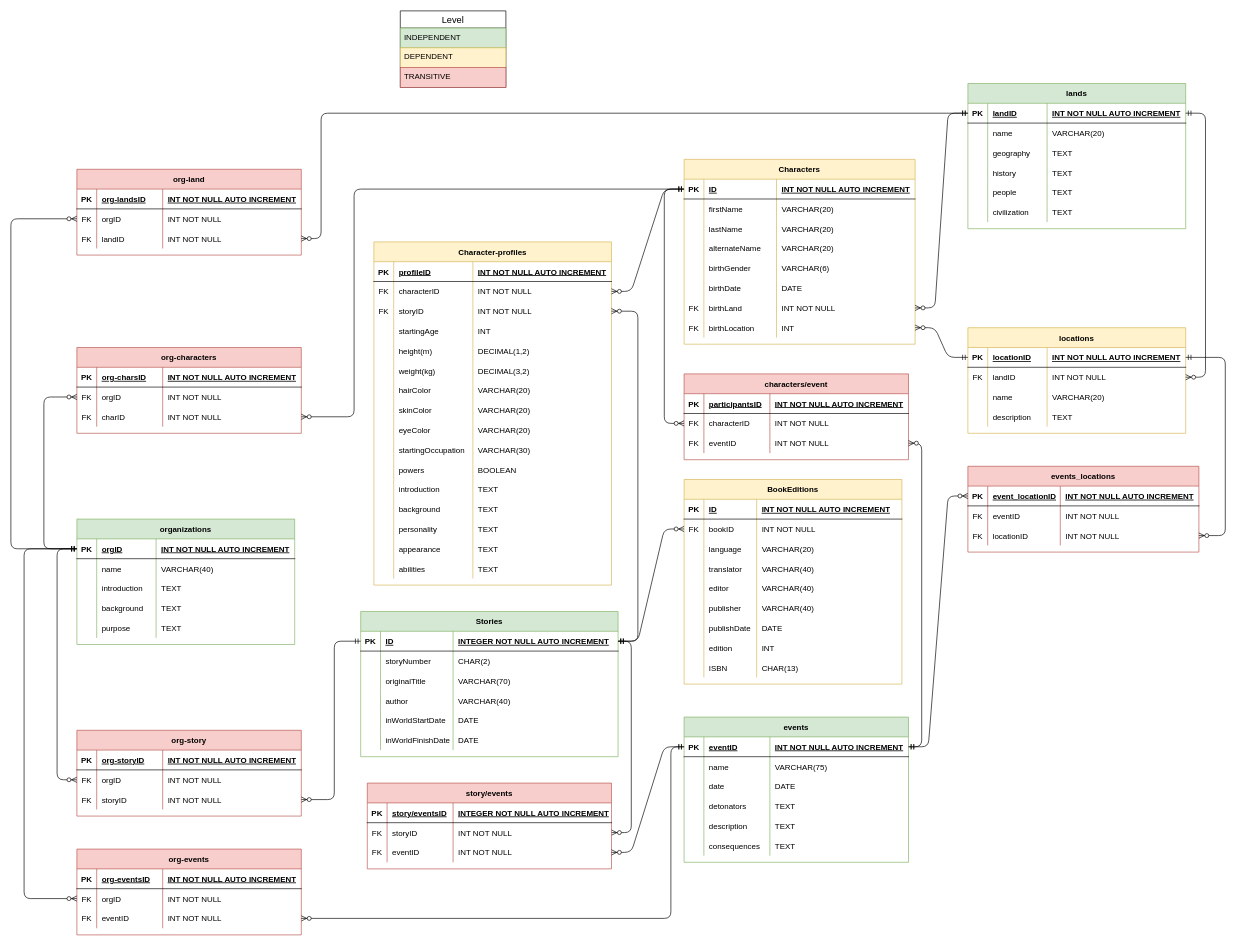
Above: hurdles-database.drawio in mistofjoy/hurdles-database (draw.io), before the change. Source tidied: cells renumbered, new cells numbered last; positions are measured from the earlier drawing's top-left corner, leaving out a move shared by most shapes. Both pictures are drawn from the tidied source at 66%, with x=0, y=0 at pixel (11, 11).
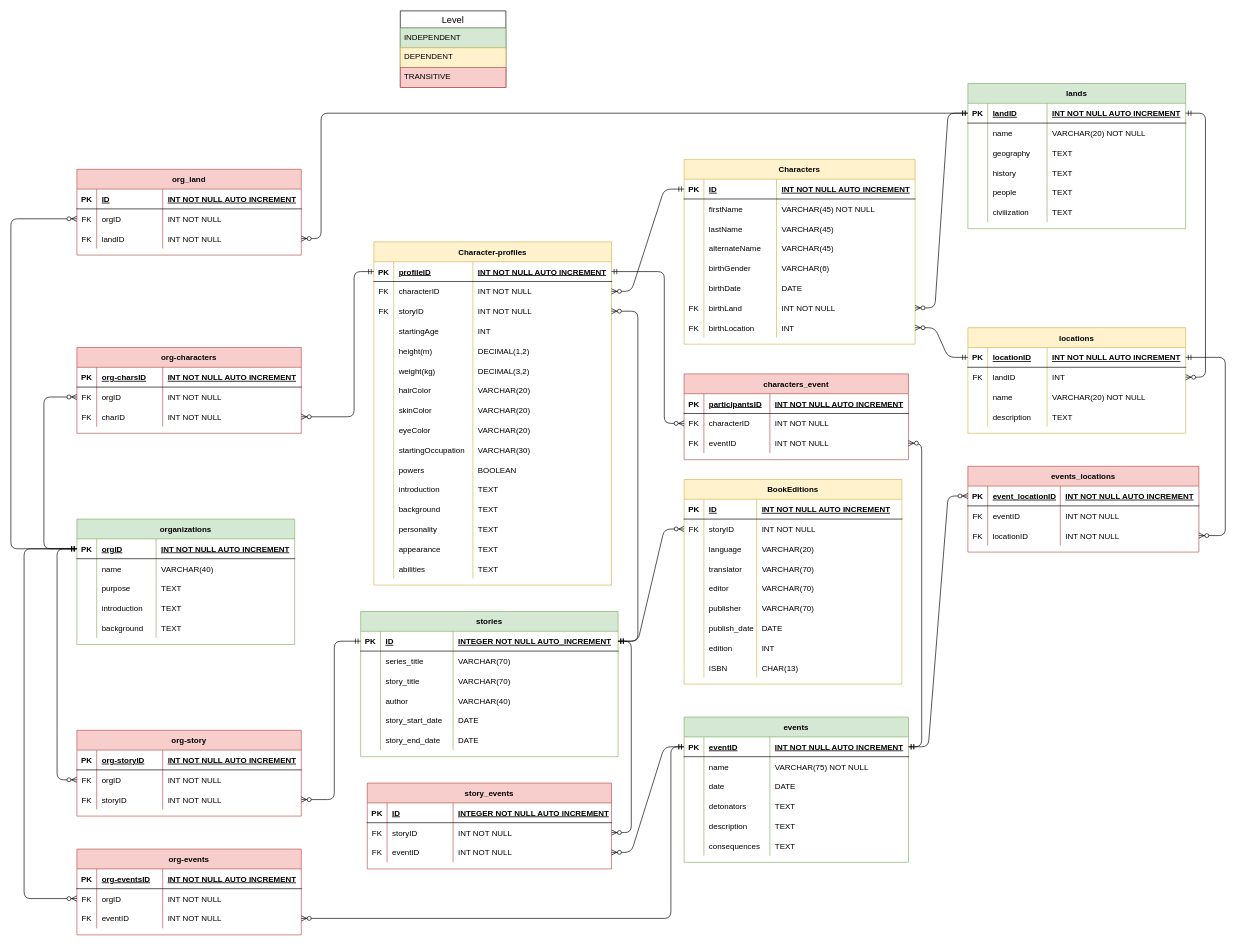
After the change.

The change refers to these unchanged cells:
```xml
<mxCell id="3" style="shape=partialRectangle;fillColor=none;top=0;left=0;bottom=1;right=0;points=[[0,0.5],[1,0.5]];portConstraint=eastwest;" parent="2" vertex="1">
  <mxGeometry y="30" width="350" height="30" as="geometry" />
</mxCell>
<mxCell id="7" style="shape=partialRectangle;fillColor=none;top=0;left=0;bottom=0;right=0;" parent="2" vertex="1">
  <mxGeometry y="60" width="350" height="30" as="geometry" />
</mxCell>
<mxCell id="11" style="shape=partialRectangle;fillColor=none;top=0;left=0;bottom=0;right=0;" parent="2" vertex="1">
  <mxGeometry y="90" width="350" height="30" as="geometry" />
</mxCell>
<mxCell id="15" style="shape=partialRectangle;fillColor=none;top=0;left=0;bottom=0;right=0;" parent="2" vertex="1">
  <mxGeometry y="120" width="350" height="30" as="geometry" />
</mxCell>
<mxCell id="36" style="shape=partialRectangle;fillColor=none;top=0;left=0;bottom=1;right=0;points=[[0,0.5],[1,0.5]];portConstraint=eastwest;" parent="35" vertex="1">
  <mxGeometry y="30" width="390" height="30" as="geometry" />
</mxCell>
<mxCell id="40" style="shape=partialRectangle;fillColor=none;top=0;left=0;bottom=0;right=0;" parent="35" vertex="1">
  <mxGeometry y="60" width="390" height="30" as="geometry" />
</mxCell>
<mxCell id="44" style="shape=partialRectangle;fillColor=none;top=0;left=0;bottom=0;right=0;" parent="35" vertex="1">
  <mxGeometry y="90" width="390" height="30" as="geometry" />
</mxCell>
<mxCell id="52" style="shape=partialRectangle;fillColor=none;top=0;left=0;bottom=0;right=0;" parent="35" vertex="1">
  <mxGeometry y="150" width="390" height="30" as="geometry" />
</mxCell>
<mxCell id="56" style="shape=partialRectangle;fillColor=none;top=0;left=0;bottom=0;right=0;" parent="35" vertex="1">
  <mxGeometry y="180" width="390" height="30" as="geometry" />
</mxCell>
<mxCell id="65" style="shape=partialRectangle;fillColor=none;top=0;left=0;bottom=0;right=0;points=[[0,0.5],[1,0.5]];portConstraint=eastwest;" parent="60" vertex="1">
  <mxGeometry y="60" width="330" height="30" as="geometry" />
</mxCell>
<mxCell id="73" style="shape=partialRectangle;fillColor=none;top=0;left=0;bottom=0;right=0;" parent="60" vertex="1">
  <mxGeometry y="120" width="330" height="30" as="geometry" />
</mxCell>
<mxCell id="77" style="shape=partialRectangle;fillColor=none;top=0;left=0;bottom=0;right=0;" parent="60" vertex="1">
  <mxGeometry y="150" width="330" height="30" as="geometry" />
</mxCell>
<mxCell id="81" style="shape=partialRectangle;fillColor=none;top=0;left=0;bottom=0;right=0;" parent="60" vertex="1">
  <mxGeometry y="180" width="330" height="30" as="geometry" />
</mxCell>
<mxCell id="85" style="shape=partialRectangle;fillColor=none;top=0;left=0;bottom=0;right=0;" parent="60" vertex="1">
  <mxGeometry y="210" width="330" height="30" as="geometry" />
</mxCell>
<mxCell id="99" style="shape=partialRectangle;fillColor=none;top=0;left=0;bottom=1;right=0;points=[[0,0.5],[1,0.5]];portConstraint=eastwest;" parent="98" vertex="1">
  <mxGeometry y="30" width="360" height="30" as="geometry" />
</mxCell>
<mxCell id="169" style="shape=partialRectangle;fillColor=none;top=0;left=0;bottom=0;right=0;" parent="164" vertex="1">
  <mxGeometry y="60" width="340" height="30" as="geometry" />
</mxCell>
<mxCell id="195" style="shape=partialRectangle;fillColor=none;top=0;left=0;bottom=0;right=0;points=[[0,0.5],[1,0.5]];portConstraint=eastwest;" parent="190" vertex="1">
  <mxGeometry y="60" width="340" height="30" as="geometry" />
</mxCell>
<mxCell id="215" style="shape=partialRectangle;fillColor=none;top=0;left=0;bottom=0;right=0;points=[[0,0.5],[1,0.5]];portConstraint=eastwest;" parent="210" vertex="1">
  <mxGeometry y="60" width="330" height="30" as="geometry" />
</mxCell>
<mxCell id="219" style="shape=partialRectangle;fillColor=none;top=0;left=0;bottom=0;right=0;" parent="210" vertex="1">
  <mxGeometry y="90" width="330" height="30" as="geometry" />
</mxCell>
<mxCell id="232" style="shape=partialRectangle;fillColor=none;top=0;left=0;bottom=0;right=0;" parent="227" vertex="1">
  <mxGeometry y="60" width="330" height="30" as="geometry" />
</mxCell>
<mxCell id="256" style="shape=partialRectangle;fillColor=none;top=0;left=0;bottom=1;right=0;" parent="255" vertex="1">
  <mxGeometry y="30" width="370" height="30" as="geometry" />
</mxCell>
<mxCell id="284" value="organizations" style="shape=table;startSize=30;childLayout=tableLayout;rowLines=0;fontStyle=1;align=center;fillColor=#d5e8d4;strokeColor=#82b366;" parent="1" vertex="1">
  <mxGeometry x="100" y="770" width="330" height="190" as="geometry" />
</mxCell>
<mxCell id="344" style="shape=partialRectangle;fillColor=none;top=0;left=0;bottom=0;right=0;points=[[0,0.5],[1,0.5]];portConstraint=eastwest;" parent="335" vertex="1">
  <mxGeometry y="90" width="340" height="30" as="geometry" />
</mxCell>
<mxCell id="349" style="shape=partialRectangle;fillColor=none;top=0;left=0;bottom=1;right=0;" parent="348" vertex="1">
  <mxGeometry y="30" width="340" height="30" as="geometry" />
</mxCell>
```

The edit, as a diff of the source:
```diff
@@
-    <mxCell id="10" value="VARCHAR(20)" style="shape=partialRectangle;fillColor=none;top=0;left=0;bottom=0;right=0;align=left;spacingLeft=6;overflow=hidden;" parent="7" vertex="1">
+    <mxCell id="10" value="VARCHAR(45) NOT NULL" style="shape=partialRectangle;fillColor=none;top=0;left=0;bottom=0;right=0;align=left;spacingLeft=6;overflow=hidden;" parent="7" vertex="1">
       <mxGeometry x="140" width="210" height="30" as="geometry" />
     </mxCell>
@@
-    <mxCell id="14" value="VARCHAR(20)" style="shape=partialRectangle;fillColor=none;top=0;left=0;bottom=0;right=0;align=left;spacingLeft=6;overflow=hidden;" parent="11" vertex="1">
+    <mxCell id="14" value="VARCHAR(45)" style="shape=partialRectangle;fillColor=none;top=0;left=0;bottom=0;right=0;align=left;spacingLeft=6;overflow=hidden;" parent="11" vertex="1">
       <mxGeometry x="140" width="210" height="30" as="geometry" />
     </mxCell>
@@
-    <mxCell id="18" value="VARCHAR(20)" style="shape=partialRectangle;fillColor=none;top=0;left=0;bottom=0;right=0;align=left;spacingLeft=6;overflow=hidden;" parent="15" vertex="1">
+    <mxCell id="18" value="VARCHAR(45)" style="shape=partialRectangle;fillColor=none;top=0;left=0;bottom=0;right=0;align=left;spacingLeft=6;overflow=hidden;" parent="15" vertex="1">
       <mxGeometry x="140" width="210" height="30" as="geometry" />
     </mxCell>
@@
-    <mxCell id="35" value="Stories" style="shape=table;startSize=30;childLayout=tableLayout;rowLines=0;fontStyle=1;align=center;fillColor=#d5e8d4;strokeColor=#82b366;" parent="1" vertex="1">
+    <mxCell id="35" value="stories" style="shape=table;startSize=30;childLayout=tableLayout;rowLines=0;fontStyle=1;align=center;fillColor=#d5e8d4;strokeColor=#82b366;" parent="1" vertex="1">
       <mxGeometry x="530" y="910" width="390" height="220" as="geometry" />
     </mxCell>
@@
-    <mxCell id="39" value="INTEGER NOT NULL AUTO INCREMENT" style="shape=partialRectangle;fillColor=none;top=0;left=0;bottom=0;right=0;align=left;spacingLeft=6;fontStyle=5;overflow=hidden;" parent="36" vertex="1">
+    <mxCell id="39" value="INTEGER NOT NULL AUTO_INCREMENT" style="shape=partialRectangle;fillColor=none;top=0;left=0;bottom=0;right=0;align=left;spacingLeft=6;fontStyle=5;overflow=hidden;" parent="36" vertex="1">
       <mxGeometry x="140" width="250" height="30" as="geometry" />
     </mxCell>
@@
-    <mxCell id="42" value="storyNumber" style="shape=partialRectangle;fillColor=none;top=0;left=0;bottom=0;right=0;align=left;spacingLeft=6;overflow=hidden;" parent="40" vertex="1">
-      <mxGeometry x="30" width="110" height="30" as="geometry" />
-    </mxCell>
-    <mxCell id="43" value="CHAR(2)" style="shape=partialRectangle;fillColor=none;top=0;left=0;bottom=0;right=0;align=left;spacingLeft=6;overflow=hidden;" parent="40" vertex="1">
-      <mxGeometry x="140" width="250" height="30" as="geometry" />
-    </mxCell>
+    <mxCell id="365" value="series_title" style="shape=partialRectangle;fillColor=none;top=0;left=0;bottom=0;right=0;align=left;spacingLeft=6;overflow=hidden;" parent="40" vertex="1">
+      <mxGeometry x="30" width="110" height="30" as="geometry" />
+    </mxCell>
+    <mxCell id="366" value="VARCHAR(70)" style="shape=partialRectangle;fillColor=none;top=0;left=0;bottom=0;right=0;align=left;spacingLeft=6;overflow=hidden;" parent="40" vertex="1">
+      <mxGeometry x="140" width="250" height="30" as="geometry" />
+    </mxCell>
@@
-    <mxCell id="46" value="originalTitle" style="shape=partialRectangle;fillColor=none;top=0;left=0;bottom=0;right=0;align=left;spacingLeft=6;overflow=hidden;" parent="44" vertex="1">
+    <mxCell id="46" value="story_title" style="shape=partialRectangle;fillColor=none;top=0;left=0;bottom=0;right=0;align=left;spacingLeft=6;overflow=hidden;" parent="44" vertex="1">
       <mxGeometry x="30" width="110" height="30" as="geometry" />
     </mxCell>
@@
-    <mxCell id="54" value="inWorldStartDate" style="shape=partialRectangle;fillColor=none;top=0;left=0;bottom=0;right=0;align=left;spacingLeft=6;overflow=hidden;" parent="52" vertex="1">
+    <mxCell id="54" value="story_start_date" style="shape=partialRectangle;fillColor=none;top=0;left=0;bottom=0;right=0;align=left;spacingLeft=6;overflow=hidden;" parent="52" vertex="1">
       <mxGeometry x="30" width="110" height="30" as="geometry" />
     </mxCell>
@@
-    <mxCell id="58" value="inWorldFinishDate" style="shape=partialRectangle;fillColor=none;top=0;left=0;bottom=0;right=0;align=left;spacingLeft=6;overflow=hidden;" parent="56" vertex="1">
+    <mxCell id="58" value="story_end_date" style="shape=partialRectangle;fillColor=none;top=0;left=0;bottom=0;right=0;align=left;spacingLeft=6;overflow=hidden;" parent="56" vertex="1">
       <mxGeometry x="30" width="110" height="30" as="geometry" />
     </mxCell>
@@
-    <mxCell id="67" value="bookID" style="shape=partialRectangle;fillColor=none;top=0;left=0;bottom=0;right=0;align=left;spacingLeft=6;overflow=hidden;" parent="65" vertex="1">
+    <mxCell id="67" value="storyID" style="shape=partialRectangle;fillColor=none;top=0;left=0;bottom=0;right=0;align=left;spacingLeft=6;overflow=hidden;" parent="65" vertex="1">
       <mxGeometry x="30" width="80" height="30" as="geometry" />
     </mxCell>
@@
-    <mxCell id="76" value="VARCHAR(40)" style="shape=partialRectangle;fillColor=none;top=0;left=0;bottom=0;right=0;align=left;spacingLeft=6;overflow=hidden;" parent="73" vertex="1">
+    <mxCell id="76" value="VARCHAR(70)" style="shape=partialRectangle;fillColor=none;top=0;left=0;bottom=0;right=0;align=left;spacingLeft=6;overflow=hidden;" parent="73" vertex="1">
       <mxGeometry x="110" width="220" height="30" as="geometry" />
     </mxCell>
@@
-    <mxCell id="80" value="VARCHAR(40)" style="shape=partialRectangle;fillColor=none;top=0;left=0;bottom=0;right=0;align=left;spacingLeft=6;overflow=hidden;" parent="77" vertex="1">
+    <mxCell id="80" value="VARCHAR(70)" style="shape=partialRectangle;fillColor=none;top=0;left=0;bottom=0;right=0;align=left;spacingLeft=6;overflow=hidden;" parent="77" vertex="1">
       <mxGeometry x="110" width="220" height="30" as="geometry" />
     </mxCell>
@@
-    <mxCell id="84" value="VARCHAR(40)" style="shape=partialRectangle;fillColor=none;top=0;left=0;bottom=0;right=0;align=left;spacingLeft=6;overflow=hidden;" parent="81" vertex="1">
+    <mxCell id="84" value="VARCHAR(70)" style="shape=partialRectangle;fillColor=none;top=0;left=0;bottom=0;right=0;align=left;spacingLeft=6;overflow=hidden;" parent="81" vertex="1">
       <mxGeometry x="110" width="220" height="30" as="geometry" />
     </mxCell>
@@
-    <mxCell id="87" value="publishDate" style="shape=partialRectangle;fillColor=none;top=0;left=0;bottom=0;right=0;align=left;spacingLeft=6;overflow=hidden;" parent="85" vertex="1">
+    <mxCell id="87" value="publish_date" style="shape=partialRectangle;fillColor=none;top=0;left=0;bottom=0;right=0;align=left;spacingLeft=6;overflow=hidden;" parent="85" vertex="1">
       <mxGeometry x="30" width="80" height="30" as="geometry" />
     </mxCell>
@@
-    <mxCell id="172" value="VARCHAR(75)" style="shape=partialRectangle;fillColor=none;top=0;left=0;bottom=0;right=0;align=left;spacingLeft=6;overflow=hidden;" parent="169" vertex="1">
+    <mxCell id="172" value="VARCHAR(75) NOT NULL" style="shape=partialRectangle;fillColor=none;top=0;left=0;bottom=0;right=0;align=left;spacingLeft=6;overflow=hidden;" parent="169" vertex="1">
       <mxGeometry x="130" width="210" height="30" as="geometry" />
     </mxCell>
@@
-    <mxCell id="190" value="characters/event" style="shape=table;startSize=30;childLayout=tableLayout;rowLines=0;fontStyle=1;align=center;fillColor=#f8cecc;strokeColor=#b85450;" parent="1" vertex="1">
+    <mxCell id="190" value="characters_event" style="shape=table;startSize=30;childLayout=tableLayout;rowLines=0;fontStyle=1;align=center;fillColor=#f8cecc;strokeColor=#b85450;" parent="1" vertex="1">
       <mxGeometry x="1020" y="550" width="340" height="130" as="geometry" />
     </mxCell>
@@
-    <mxCell id="208" style="edgeStyle=orthogonalEdgeStyle;fontSize=12;html=1;endArrow=ERzeroToMany;startArrow=ERmandOne;exitX=0;exitY=0.5;exitDx=0;exitDy=0;entryX=0;entryY=0.5;entryDx=0;entryDy=0;" parent="1" edge="1" source="3" target="195">
+    <mxCell id="208" style="edgeStyle=orthogonalEdgeStyle;fontSize=12;html=1;endArrow=ERzeroToMany;startArrow=ERmandOne;exitX=1;exitY=0.5;exitDx=0;exitDy=0;entryX=0;entryY=0.5;entryDx=0;entryDy=0;" parent="1" edge="1" source="99" target="195">
       <mxGeometry relative="1" as="geometry">
         <Array as="points">
-          <mxPoint x="990" y="270" />
+          <mxPoint x="990" y="395" />
           <mxPoint x="990" y="625" />
         </Array>
       </mxGeometry>
     </mxCell>
@@
-    <mxCell id="218" value="INT NOT NULL" style="shape=partialRectangle;fillColor=none;top=0;left=0;bottom=0;right=0;align=left;spacingLeft=6;overflow=hidden;" parent="215" vertex="1">
+    <mxCell id="218" value="INT" style="shape=partialRectangle;fillColor=none;top=0;left=0;bottom=0;right=0;align=left;spacingLeft=6;overflow=hidden;" parent="215" vertex="1">
       <mxGeometry x="120" width="210" height="30" as="geometry" />
     </mxCell>
@@
-    <mxCell id="222" value="VARCHAR(20)" style="shape=partialRectangle;fillColor=none;top=0;left=0;bottom=0;right=0;align=left;spacingLeft=6;overflow=hidden;" parent="219" vertex="1">
+    <mxCell id="222" value="VARCHAR(20) NOT NULL" style="shape=partialRectangle;fillColor=none;top=0;left=0;bottom=0;right=0;align=left;spacingLeft=6;overflow=hidden;" parent="219" vertex="1">
       <mxGeometry x="120" width="210" height="30" as="geometry" />
     </mxCell>
@@
-    <mxCell id="235" value="VARCHAR(20)" style="shape=partialRectangle;fillColor=none;top=0;left=0;bottom=0;right=0;align=left;spacingLeft=6;overflow=hidden;" parent="232" vertex="1">
+    <mxCell id="235" value="VARCHAR(20) NOT NULL" style="shape=partialRectangle;fillColor=none;top=0;left=0;bottom=0;right=0;align=left;spacingLeft=6;overflow=hidden;" parent="232" vertex="1">
       <mxGeometry x="120" width="210" height="30" as="geometry" />
     </mxCell>
@@
-    <mxCell id="255" value="story/events" style="shape=table;startSize=30;childLayout=tableLayout;rowLines=0;fontStyle=1;align=center;fillColor=#f8cecc;strokeColor=#b85450;" parent="1" vertex="1">
+    <mxCell id="255" value="story_events" style="shape=table;startSize=30;childLayout=tableLayout;rowLines=0;fontStyle=1;align=center;fillColor=#f8cecc;strokeColor=#b85450;" parent="1" vertex="1">
       <mxGeometry x="540" y="1170" width="370" height="130" as="geometry" />
     </mxCell>
@@
-    <mxCell id="258" value="story/eventsID" style="shape=partialRectangle;fillColor=none;top=0;left=0;bottom=0;right=0;align=left;spacingLeft=6;fontStyle=5;overflow=hidden;" parent="256" vertex="1">
+    <mxCell id="258" value="ID" style="shape=partialRectangle;fillColor=none;top=0;left=0;bottom=0;right=0;align=left;spacingLeft=6;fontStyle=5;overflow=hidden;" parent="256" vertex="1">
       <mxGeometry x="30" width="100" height="30" as="geometry" />
     </mxCell>
@@
+    <mxCell id="301" style="shape=partialRectangle;fillColor=none;top=0;left=0;bottom=0;right=0;" parent="284" vertex="1">
+      <mxGeometry y="90" width="330" height="30" as="geometry" />
+    </mxCell>
+    <mxCell id="302" style="shape=partialRectangle;fillColor=none;top=0;left=0;bottom=0;right=0;overflow=hidden;" parent="301" vertex="1">
+      <mxGeometry width="30" height="30" as="geometry" />
+    </mxCell>
+    <mxCell id="303" value="purpose" style="shape=partialRectangle;fillColor=none;top=0;left=0;bottom=0;right=0;align=left;spacingLeft=6;overflow=hidden;" parent="301" vertex="1">
+      <mxGeometry x="30" width="90" height="30" as="geometry" />
+    </mxCell>
+    <mxCell id="304" value="TEXT" style="shape=partialRectangle;fillColor=none;top=0;left=0;bottom=0;right=0;align=left;spacingLeft=6;overflow=hidden;" parent="301" vertex="1">
+      <mxGeometry x="120" width="210" height="30" as="geometry" />
+    </mxCell>
     <mxCell id="293" style="shape=partialRectangle;fillColor=none;top=0;left=0;bottom=0;right=0;" parent="284" vertex="1">
-      <mxGeometry y="90" width="330" height="30" as="geometry" />
+      <mxGeometry y="120" width="330" height="30" as="geometry" />
     </mxCell>
@@
     <mxCell id="297" style="shape=partialRectangle;fillColor=none;top=0;left=0;bottom=0;right=0;" parent="284" vertex="1">
-      <mxGeometry y="120" width="330" height="30" as="geometry" />
+      <mxGeometry y="150" width="330" height="30" as="geometry" />
     </mxCell>
@@
-    <mxCell id="301" style="shape=partialRectangle;fillColor=none;top=0;left=0;bottom=0;right=0;" parent="284" vertex="1">
-      <mxGeometry y="150" width="330" height="30" as="geometry" />
-    </mxCell>
-    <mxCell id="302" style="shape=partialRectangle;fillColor=none;top=0;left=0;bottom=0;right=0;overflow=hidden;" parent="301" vertex="1">
-      <mxGeometry width="30" height="30" as="geometry" />
-    </mxCell>
-    <mxCell id="303" value="purpose" style="shape=partialRectangle;fillColor=none;top=0;left=0;bottom=0;right=0;align=left;spacingLeft=6;overflow=hidden;" parent="301" vertex="1">
-      <mxGeometry x="30" width="90" height="30" as="geometry" />
-    </mxCell>
-    <mxCell id="304" value="TEXT" style="shape=partialRectangle;fillColor=none;top=0;left=0;bottom=0;right=0;align=left;spacingLeft=6;overflow=hidden;" parent="301" vertex="1">
-      <mxGeometry x="120" width="210" height="30" as="geometry" />
-    </mxCell>
@@
-    <mxCell id="348" value="org-land" style="shape=table;startSize=30;childLayout=tableLayout;rowLines=0;fontStyle=1;align=center;fillColor=#f8cecc;strokeColor=#b85450;" parent="1" vertex="1">
+    <mxCell id="348" value="org_land" style="shape=table;startSize=30;childLayout=tableLayout;rowLines=0;fontStyle=1;align=center;fillColor=#f8cecc;strokeColor=#b85450;" parent="1" vertex="1">
       <mxGeometry x="100" y="240" width="340" height="130" as="geometry" />
     </mxCell>
@@
-    <mxCell id="351" value="org-landsID" style="shape=partialRectangle;fillColor=none;top=0;left=0;bottom=0;right=0;align=left;spacingLeft=6;fontStyle=5;overflow=hidden;" parent="349" vertex="1">
+    <mxCell id="351" value="ID" style="shape=partialRectangle;fillColor=none;top=0;left=0;bottom=0;right=0;align=left;spacingLeft=6;fontStyle=5;overflow=hidden;" parent="349" vertex="1">
       <mxGeometry x="30" width="100" height="30" as="geometry" />
     </mxCell>
@@
-    <mxCell id="361" style="edgeStyle=orthogonalEdgeStyle;fontSize=12;html=1;endArrow=ERzeroToMany;startArrow=ERmandOne;exitX=0;exitY=0.5;exitDx=0;exitDy=0;entryX=1;entryY=0.5;entryDx=0;entryDy=0;" parent="1" edge="1" source="3" target="344">
+    <mxCell id="361" style="edgeStyle=orthogonalEdgeStyle;fontSize=12;html=1;endArrow=ERzeroToMany;startArrow=ERmandOne;exitX=0;exitY=0.5;exitDx=0;exitDy=0;entryX=1;entryY=0.5;entryDx=0;entryDy=0;" parent="1" edge="1" source="99" target="344">
       <mxGeometry relative="1" as="geometry">
         <Array as="points">
-          <mxPoint x="520" y="270" />
+          <mxPoint x="520" y="395" />
           <mxPoint x="520" y="615" />
         </Array>
       </mxGeometry>
     </mxCell>
```
